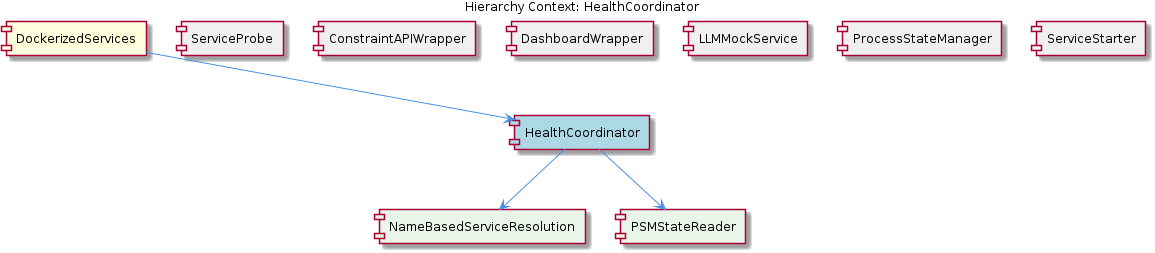
Above: knowledge-management/insights/images/health-coordinator-relationship.png in fwornle/coding (PlantUML), before the change. Its source is kept beside it as .data/knowledge-graph/insights/puml/health-coordinator-relationship.puml.
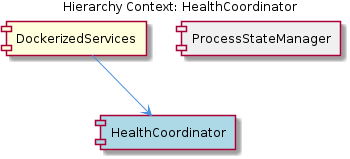
Later version of the same file.

Diff of the diagram source:
```diff
@@ -5,23 +5,9 @@
 
 [DockerizedServices] as dockerized_services #FFFFDD
 [HealthCoordinator] as health_coordinator #LightBlue
-[ServiceProbe] as service_probe #F0F0F0
-[ConstraintAPIWrapper] as constraint_apiwrapper #F0F0F0
-[DashboardWrapper] as dashboard_wrapper #F0F0F0
-[LLMMockService] as llmmock_service #F0F0F0
 [ProcessStateManager] as process_state_manager #F0F0F0
-[ServiceStarter] as service_starter #F0F0F0
-[NameBasedServiceResolution] as name_based_service_resolution #E8F5E8
-[PSMStateReader] as psmstate_reader #E8F5E8
 
 dockerized_services --> health_coordinator
-service_probe -[hidden]- health_coordinator
-constraint_apiwrapper -[hidden]- health_coordinator
-dashboard_wrapper -[hidden]- health_coordinator
-llmmock_service -[hidden]- health_coordinator
 process_state_manager -[hidden]- health_coordinator
-service_starter -[hidden]- health_coordinator
-health_coordinator --> name_based_service_resolution
-health_coordinator --> psmstate_reader
 
 @enduml
```
